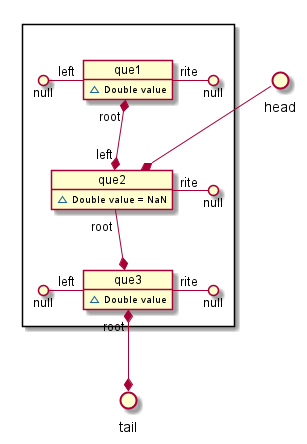
This is src/docs/UML/reorderScheme/static/_04_queue.png from vitalispopoff/calculator, a PlantUML export, as it was before one commit.
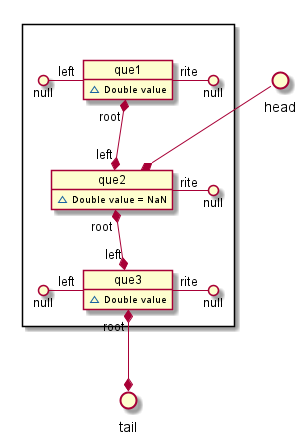
Later version of the same file.

Diff of the diagram source:
```diff
@@ -18,7 +18,7 @@
         ~ Double value = NaN
     }
         que2 "rite" -() null
-        que2 "root" --*  que3
+        que2 "root" *--*  "left" que3
 
     object que3{
         ~ Double value
```
